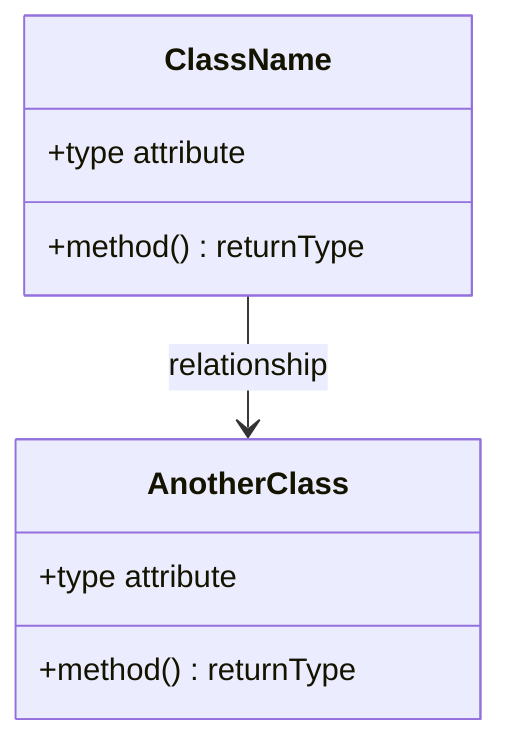
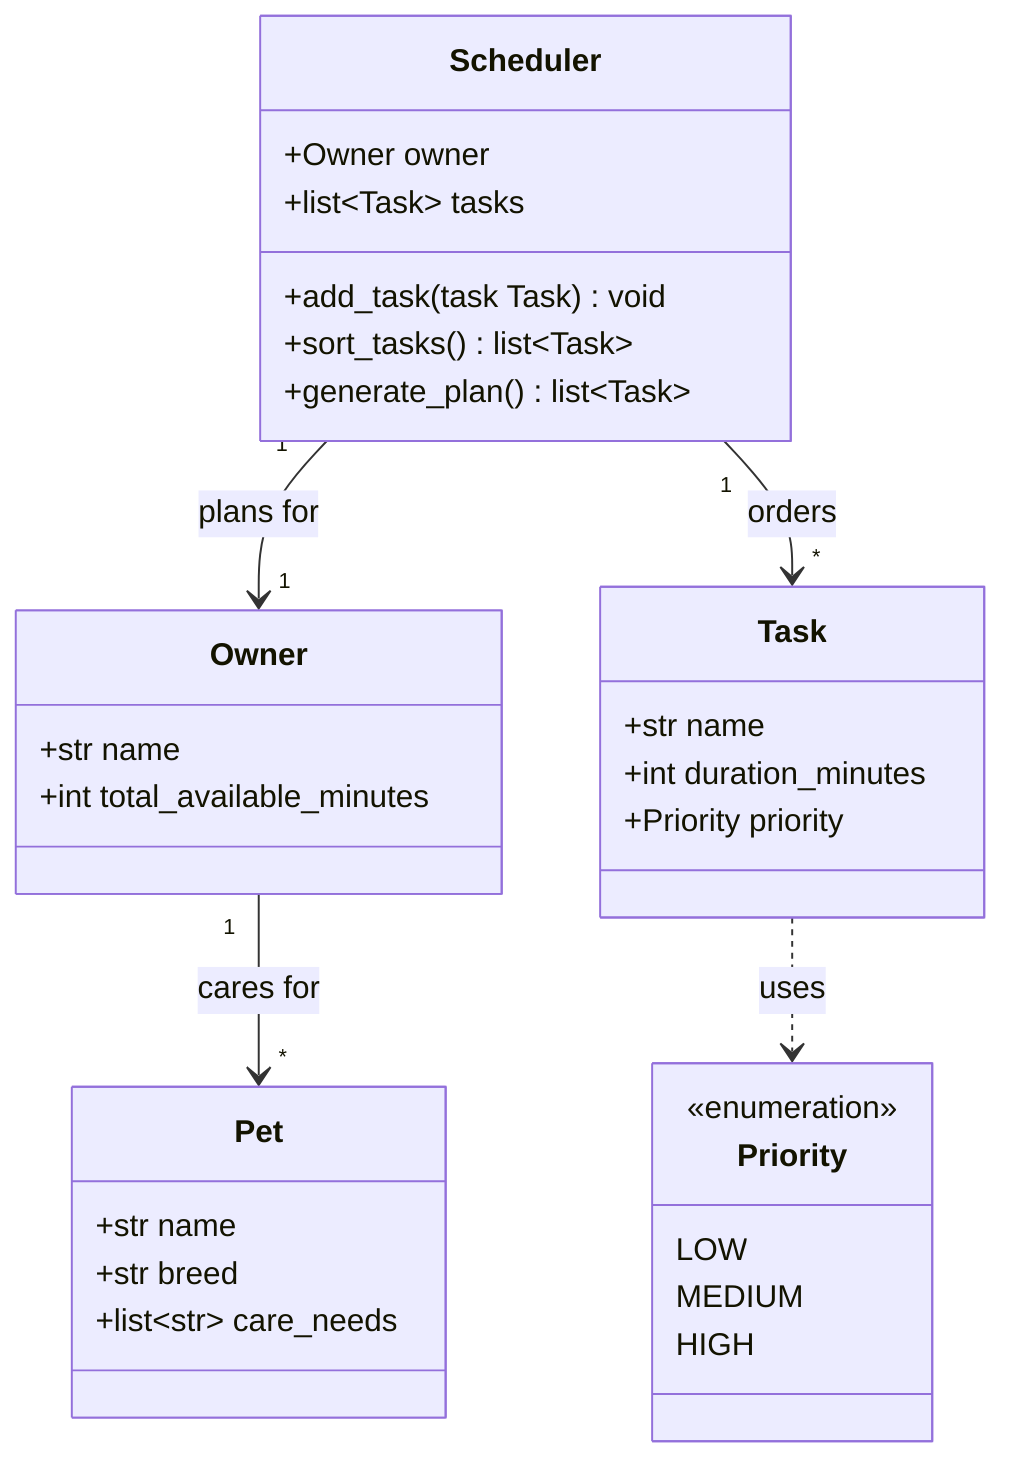
classDiagram
-     %% Replace the placeholders below with your actual classes, attributes, methods, and relationships.
-     %% Keep this file updated so it matches your final implementation.
+     %% PawPal+ class design — keep this in sync with the code as it evolves.

-     class ClassName {
-         +type attribute
-         +method() returnType
+     class Pet {
+         +str name
+         +str breed
+         +list~str~ care_needs
    }

-     class AnotherClass {
-         +type attribute
-         +method() returnType
+     class Owner {
+         +str name
+         +int total_available_minutes
    }

-     ClassName --> AnotherClass : relationship
+     class Task {
+         +str name
+         +int duration_minutes
+         +Priority priority
+     }
+ 
+     class Scheduler {
+         +Owner owner
+         +list~Task~ tasks
+         +add_task(task Task) void
+         +sort_tasks() list~Task~
+         +generate_plan() list~Task~
+     }
+ 
+     class Priority {
+         <<enumeration>>
+         LOW
+         MEDIUM
+         HIGH
+     }
+ 
+     Owner "1" --> "*" Pet : cares for
+     Scheduler "1" --> "1" Owner : plans for
+     Scheduler "1" --> "*" Task : orders
+     Task ..> Priority : uses
